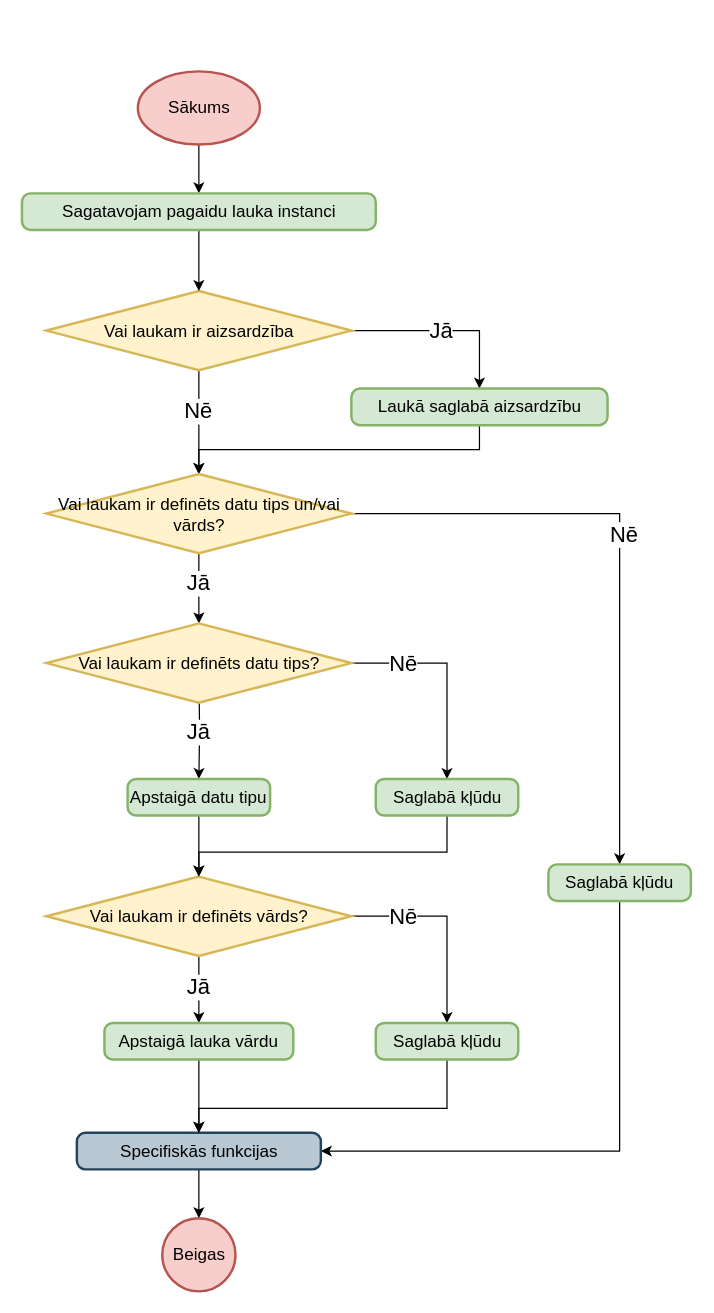
artiks12/webAppOS keeps this draw.io diagram as page "Lauka pamatkompilēšana" (2 of 5) of src/Kvalifikacijas darbs/Diagrammas/Kompilators/Lauki un mainīgie.drawio. Above is the earlier version. Source tidied: cells renumbered, new cells numbered last; positions are measured from the earlier drawing's top-left corner, leaving out a move shared by most shapes. Both pictures are drawn from the tidied source at 122%, with x=0, y=0 at pixel (22, 71).
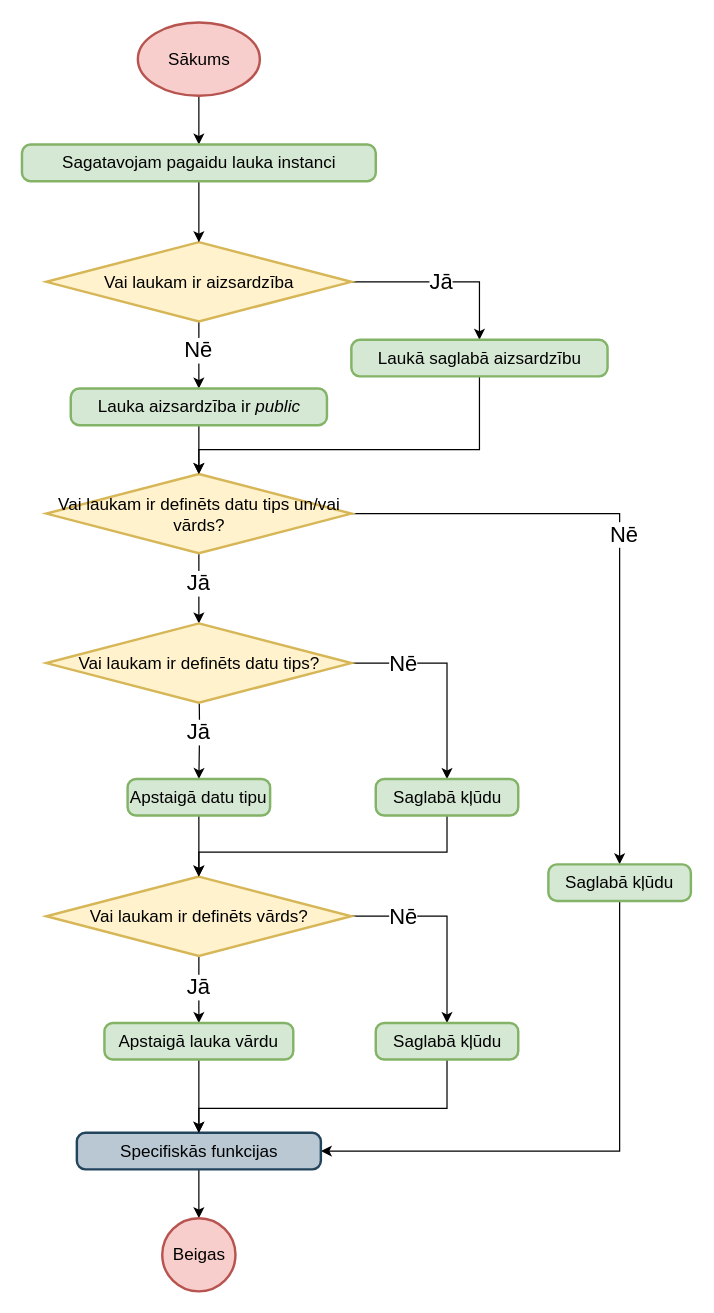
Above is the later version.

Unchanged cells that the change refers to:
```xml
<mxCell id="17" value="Vai laukam ir definēts datu tips un/vai vārds?" style="strokeWidth=2;html=1;shape=mxgraph.flowchart.decision;whiteSpace=wrap;fontSize=14;fillColor=#fff2cc;strokeColor=#d6b656;" parent="1" vertex="1">
  <mxGeometry x="19.5" y="330" width="250" height="65" as="geometry" />
</mxCell>
```

Change to the diagram source:
```diff
@@
     <mxCell id="3" value="Sākums" style="strokeWidth=2;html=1;shape=mxgraph.flowchart.start_1;whiteSpace=wrap;fontSize=14;fillColor=#f8cecc;strokeColor=#b85450;" parent="1" vertex="1">
-      <mxGeometry x="94.5" width="100" height="60" as="geometry" />
+      <mxGeometry x="94.5" y="-40" width="100" height="60" as="geometry" />
     </mxCell>
     <mxCell id="4" style="edgeStyle=orthogonalEdgeStyle;rounded=0;jettySize=auto;html=1;exitX=1;exitY=0.5;exitDx=0;exitDy=0;exitPerimeter=0;entryX=0.5;entryY=0;entryDx=0;entryDy=0;" parent="1" edge="1" source="8" target="12">
       <mxGeometry relative="1" as="geometry">
         <Array as="points">
-          <mxPoint x="375" y="213" />
+          <mxPoint x="375" y="173" />
         </Array>
       </mxGeometry>
     </mxCell>
@@
-    <mxCell id="6" style="edgeStyle=orthogonalEdgeStyle;rounded=0;jettySize=auto;html=1;entryX=0.5;entryY=0;entryDx=0;entryDy=0;exitX=0.5;exitY=1;exitDx=0;exitDy=0;exitPerimeter=0;entryPerimeter=0;" parent="1" edge="1" source="8" target="17">
+    <mxCell id="6" style="edgeStyle=orthogonalEdgeStyle;rounded=0;jettySize=auto;html=1;exitX=0.5;exitY=1;exitDx=0;exitDy=0;exitPerimeter=0;entryX=0.5;entryY=0;entryDx=0;entryDy=0;" parent="1" edge="1" source="8" target="42">
       <mxGeometry relative="1" as="geometry" />
     </mxCell>
@@
     <mxCell id="8" value="Vai laukam ir aizsardzība" style="strokeWidth=2;html=1;shape=mxgraph.flowchart.decision;whiteSpace=wrap;fontSize=14;fillColor=#fff2cc;strokeColor=#d6b656;" parent="1" vertex="1">
-      <mxGeometry x="19.5" y="180" width="250" height="65" as="geometry" />
+      <mxGeometry x="19.5" y="140" width="250" height="65" as="geometry" />
     </mxCell>
@@
     <mxCell id="10" value="Sagatavojam pagaidu lauka instanci" style="rounded=1;whiteSpace=wrap;html=1;absoluteArcSize=1;arcSize=14;strokeWidth=2;fontSize=14;fillColor=#d5e8d4;strokeColor=#82b366;" parent="1" vertex="1">
-      <mxGeometry x="-0.5" y="100" width="290" height="30" as="geometry" />
+      <mxGeometry x="-0.5" y="60" width="290" height="30" as="geometry" />
     </mxCell>
@@
     <mxCell id="12" value="Laukā saglabā aizsardzību" style="rounded=1;whiteSpace=wrap;html=1;absoluteArcSize=1;arcSize=14;strokeWidth=2;fontSize=14;fillColor=#d5e8d4;strokeColor=#82b366;" parent="1" vertex="1">
-      <mxGeometry x="269.5" y="260" width="210" height="30" as="geometry" />
+      <mxGeometry x="269.5" y="220" width="210" height="30" as="geometry" />
     </mxCell>
@@
+    <mxCell id="41" style="edgeStyle=orthogonalEdgeStyle;rounded=0;jettySize=auto;html=1;entryX=0.5;entryY=0;entryDx=0;entryDy=0;entryPerimeter=0;" parent="1" edge="1" source="42" target="17">
+      <mxGeometry relative="1" as="geometry" />
+    </mxCell>
+    <mxCell id="42" value="Lauka aizsardzība ir &lt;i&gt;public&lt;/i&gt;" style="rounded=1;whiteSpace=wrap;html=1;absoluteArcSize=1;arcSize=14;strokeWidth=2;fontSize=14;fillColor=#d5e8d4;strokeColor=#82b366;" parent="1" vertex="1">
+      <mxGeometry x="39.5" y="260" width="210" height="30" as="geometry" />
+    </mxCell>
```
